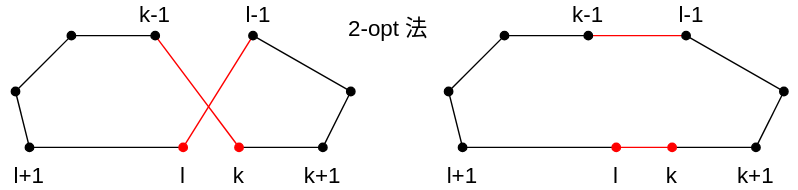
This is 2-opt.svg from tom01h/replica_salesman, a draw.io export, as it was before one commit. Source tidied: cells renumbered, new cells last; positions are measured from the earlier drawing's top-left corner, leaving out a move shared by most shapes.
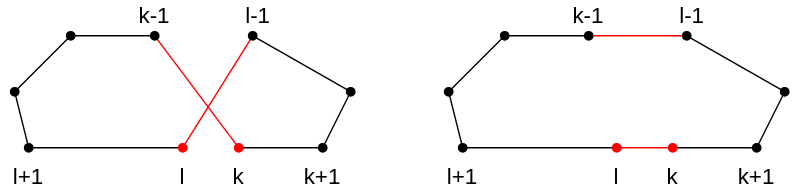
After the change.

Diff of the diagram source:
```diff
@@ -146,8 +146,5 @@
         <mxPoint x="440" y="105" as="targetPoint" />
       </mxGeometry>
     </mxCell>
-    <mxCell id="32" value="2-opt 法" style="text;html=1;strokeColor=none;fillColor=none;align=center;verticalAlign=middle;whiteSpace=wrap;rounded=0;fontSize=16;fontColor=#000000;" parent="1" vertex="1">
-      <mxGeometry x="234" y="10" width="86" height="20" as="geometry" />
-    </mxCell>
   </root>
 </mxGraphModel>
```
